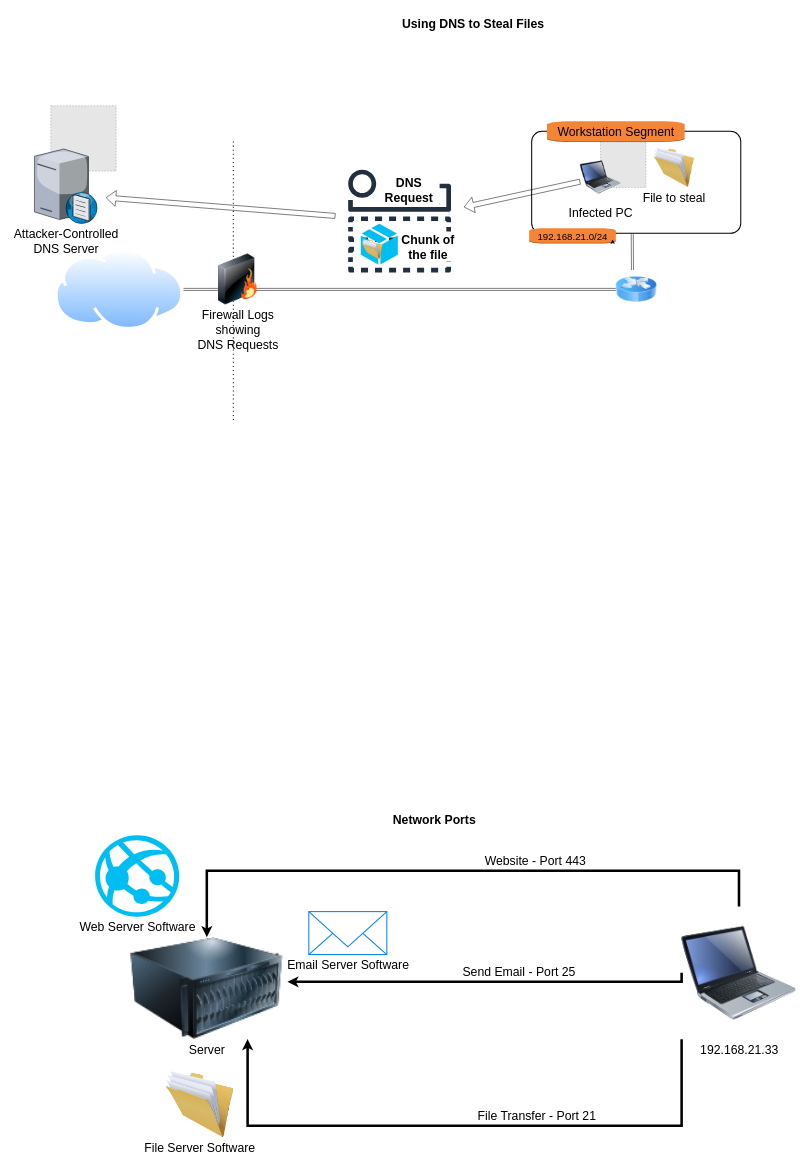
hypercoyote/tdx keeps this draw.io diagram as CIT_L3_Exfiltrate_Data_over_Protocols.drawio. Above is the earlier version. Source tidied: cells renumbered, new cells numbered last; positions are measured from the earlier drawing's top-left corner, leaving out a move shared by most shapes. Both pictures are drawn from the tidied source at 51%, with x=0, y=0 at pixel (34, 14). Pictures stored in the file or linked from it are replaced by grey dashed boxes.
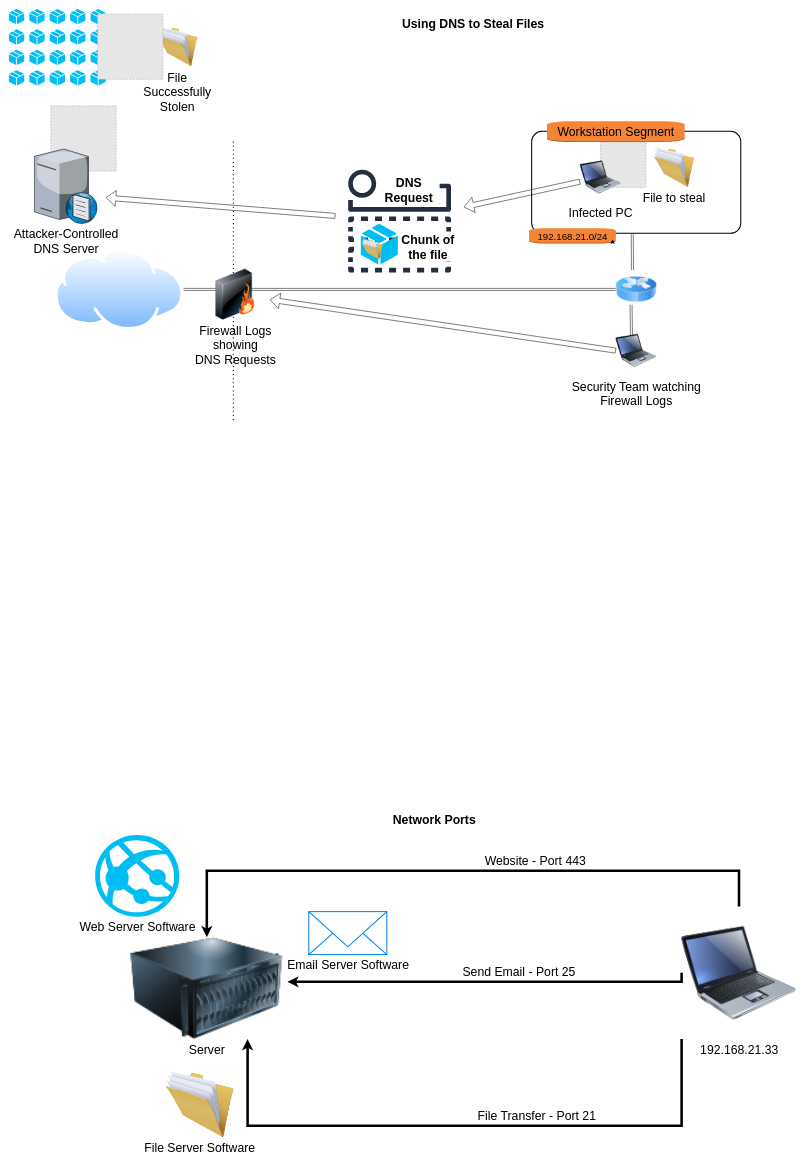
The same page after the edit.

The edit, as a diff of the source:
```diff
@@
     <mxCell id="10" value="Firewall Logs&lt;br&gt;showing &lt;br&gt;DNS Requests" style="image;html=1;image=img/lib/clip_art/networking/Firewall_128x128.png;fontSize=24;fontColor=default;labelBackgroundColor=none;" parent="1" vertex="1">
-      <mxGeometry x="331.5" y="470" width="135" height="100" as="geometry" />
+      <mxGeometry x="326.5" y="500" width="135" height="100" as="geometry" />
     </mxCell>
@@
+    <mxCell id="37" value="File &lt;br&gt;Successfully &lt;br&gt;Stolen" style="image;html=1;image=img/lib/clip_art/general/Full_Folder_128x128.png;fontSize=24;" parent="1" vertex="1">
+      <mxGeometry x="240" y="24" width="80" height="80" as="geometry" />
+    </mxCell>
+    <mxCell id="38" style="verticalLabelPosition=bottom;html=1;verticalAlign=top;align=center;strokeColor=none;fillColor=#00BEF2;shape=mxgraph.azure.cloud_service_package_file;labelBackgroundColor=default;" parent="1" vertex="1">
+      <mxGeometry x="-50" y="-10" width="30" height="30" as="geometry" />
+    </mxCell>
+    <mxCell id="39" style="verticalLabelPosition=bottom;html=1;verticalAlign=top;align=center;strokeColor=none;fillColor=#00BEF2;shape=mxgraph.azure.cloud_service_package_file;labelBackgroundColor=default;" parent="1" vertex="1">
+      <mxGeometry x="-10" y="-10" width="30" height="30" as="geometry" />
+    </mxCell>
+    <mxCell id="40" style="verticalLabelPosition=bottom;html=1;verticalAlign=top;align=center;strokeColor=none;fillColor=#00BEF2;shape=mxgraph.azure.cloud_service_package_file;labelBackgroundColor=default;" parent="1" vertex="1">
+      <mxGeometry x="30" y="-10" width="30" height="30" as="geometry" />
+    </mxCell>
+    <mxCell id="41" style="verticalLabelPosition=bottom;html=1;verticalAlign=top;align=center;strokeColor=none;fillColor=#00BEF2;shape=mxgraph.azure.cloud_service_package_file;labelBackgroundColor=default;" parent="1" vertex="1">
+      <mxGeometry x="70" y="-10" width="30" height="30" as="geometry" />
+    </mxCell>
+    <mxCell id="42" style="verticalLabelPosition=bottom;html=1;verticalAlign=top;align=center;strokeColor=none;fillColor=#00BEF2;shape=mxgraph.azure.cloud_service_package_file;labelBackgroundColor=default;" parent="1" vertex="1">
+      <mxGeometry x="110" y="-10" width="30" height="30" as="geometry" />
+    </mxCell>
+    <mxCell id="43" style="verticalLabelPosition=bottom;html=1;verticalAlign=top;align=center;strokeColor=none;fillColor=#00BEF2;shape=mxgraph.azure.cloud_service_package_file;labelBackgroundColor=default;" parent="1" vertex="1">
+      <mxGeometry x="-50" y="30" width="30" height="30" as="geometry" />
+    </mxCell>
+    <mxCell id="44" style="verticalLabelPosition=bottom;html=1;verticalAlign=top;align=center;strokeColor=none;fillColor=#00BEF2;shape=mxgraph.azure.cloud_service_package_file;labelBackgroundColor=default;" parent="1" vertex="1">
+      <mxGeometry x="-10" y="30" width="30" height="30" as="geometry" />
+    </mxCell>
+    <mxCell id="45" style="verticalLabelPosition=bottom;html=1;verticalAlign=top;align=center;strokeColor=none;fillColor=#00BEF2;shape=mxgraph.azure.cloud_service_package_file;labelBackgroundColor=default;" parent="1" vertex="1">
+      <mxGeometry x="30" y="30" width="30" height="30" as="geometry" />
+    </mxCell>
+    <mxCell id="46" style="verticalLabelPosition=bottom;html=1;verticalAlign=top;align=center;strokeColor=none;fillColor=#00BEF2;shape=mxgraph.azure.cloud_service_package_file;labelBackgroundColor=default;" parent="1" vertex="1">
+      <mxGeometry x="70" y="30" width="30" height="30" as="geometry" />
+    </mxCell>
+    <mxCell id="47" style="verticalLabelPosition=bottom;html=1;verticalAlign=top;align=center;strokeColor=none;fillColor=#00BEF2;shape=mxgraph.azure.cloud_service_package_file;labelBackgroundColor=default;" parent="1" vertex="1">
+      <mxGeometry x="110" y="30" width="30" height="30" as="geometry" />
+    </mxCell>
+    <mxCell id="48" style="verticalLabelPosition=bottom;html=1;verticalAlign=top;align=center;strokeColor=none;fillColor=#00BEF2;shape=mxgraph.azure.cloud_service_package_file;labelBackgroundColor=default;" parent="1" vertex="1">
+      <mxGeometry x="-50" y="70" width="30" height="30" as="geometry" />
+    </mxCell>
+    <mxCell id="49" style="verticalLabelPosition=bottom;html=1;verticalAlign=top;align=center;strokeColor=none;fillColor=#00BEF2;shape=mxgraph.azure.cloud_service_package_file;labelBackgroundColor=default;" parent="1" vertex="1">
+      <mxGeometry x="-10" y="70" width="30" height="30" as="geometry" />
+    </mxCell>
+    <mxCell id="50" style="verticalLabelPosition=bottom;html=1;verticalAlign=top;align=center;strokeColor=none;fillColor=#00BEF2;shape=mxgraph.azure.cloud_service_package_file;labelBackgroundColor=default;" parent="1" vertex="1">
+      <mxGeometry x="30" y="70" width="30" height="30" as="geometry" />
+    </mxCell>
+    <mxCell id="51" style="verticalLabelPosition=bottom;html=1;verticalAlign=top;align=center;strokeColor=none;fillColor=#00BEF2;shape=mxgraph.azure.cloud_service_package_file;labelBackgroundColor=default;" parent="1" vertex="1">
+      <mxGeometry x="70" y="70" width="30" height="30" as="geometry" />
+    </mxCell>
+    <mxCell id="52" style="verticalLabelPosition=bottom;html=1;verticalAlign=top;align=center;strokeColor=none;fillColor=#00BEF2;shape=mxgraph.azure.cloud_service_package_file;labelBackgroundColor=default;" parent="1" vertex="1">
+      <mxGeometry x="110" y="70" width="30" height="30" as="geometry" />
+    </mxCell>
+    <mxCell id="53" style="verticalLabelPosition=bottom;html=1;verticalAlign=top;align=center;strokeColor=none;fillColor=#00BEF2;shape=mxgraph.azure.cloud_service_package_file;labelBackgroundColor=default;" parent="1" vertex="1">
+      <mxGeometry x="-50" y="110" width="30" height="30" as="geometry" />
+    </mxCell>
+    <mxCell id="54" style="verticalLabelPosition=bottom;html=1;verticalAlign=top;align=center;strokeColor=none;fillColor=#00BEF2;shape=mxgraph.azure.cloud_service_package_file;labelBackgroundColor=default;" parent="1" vertex="1">
+      <mxGeometry x="-10" y="110" width="30" height="30" as="geometry" />
+    </mxCell>
+    <mxCell id="55" style="verticalLabelPosition=bottom;html=1;verticalAlign=top;align=center;strokeColor=none;fillColor=#00BEF2;shape=mxgraph.azure.cloud_service_package_file;labelBackgroundColor=default;" parent="1" vertex="1">
+      <mxGeometry x="30" y="110" width="30" height="30" as="geometry" />
+    </mxCell>
+    <mxCell id="56" style="verticalLabelPosition=bottom;html=1;verticalAlign=top;align=center;strokeColor=none;fillColor=#00BEF2;shape=mxgraph.azure.cloud_service_package_file;labelBackgroundColor=default;" parent="1" vertex="1">
+      <mxGeometry x="70" y="110" width="30" height="30" as="geometry" />
+    </mxCell>
+    <mxCell id="57" style="verticalLabelPosition=bottom;html=1;verticalAlign=top;align=center;strokeColor=none;fillColor=#00BEF2;shape=mxgraph.azure.cloud_service_package_file;labelBackgroundColor=default;" parent="1" vertex="1">
+      <mxGeometry x="110" y="110" width="30" height="30" as="geometry" />
+    </mxCell>
+    <mxCell id="58" style="fillColor=#E6E6E6;strokeColor=#999999;dashed=1;html=1;verticalAlign=top;verticalLabelPosition=bottom;labelBackgroundColor=#ffffff;" parent="1" vertex="1">
+      <mxGeometry x="124" width="128" height="128" as="geometry" />
+    </mxCell>
+    <mxCell id="59" style="shape=link;html=1;rounded=0;fontSize=24;exitX=0.481;exitY=1.008;exitDx=0;exitDy=0;exitPerimeter=0;labelBackgroundColor=none;entryX=0.408;entryY=0.026;entryDx=0;entryDy=0;entryPerimeter=0;" parent="1" edge="1">
+      <mxGeometry relative="1" as="geometry">
+        <mxPoint x="1169.8" y="569.9" as="sourcePoint" />
+        <mxPoint x="1170.8" y="639.9" as="targetPoint" />
+      </mxGeometry>
+    </mxCell>
+    <mxCell id="60" value="Security Team watching &lt;br&gt;Firewall Logs" style="image;html=1;image=img/lib/clip_art/computers/Laptop_128x128.png;fontSize=24;labelBackgroundColor=none;" parent="1" vertex="1">
+      <mxGeometry x="1140" y="610" width="80" height="100" as="geometry" />
+    </mxCell>
+    <mxCell id="61" style="shape=flexArrow;endArrow=classic;html=1;rounded=0;exitX=0;exitY=0.5;exitDx=0;exitDy=0;" parent="1" edge="1" source="60" target="10">
+      <mxGeometry relative="1" as="geometry" />
+    </mxCell>
```
